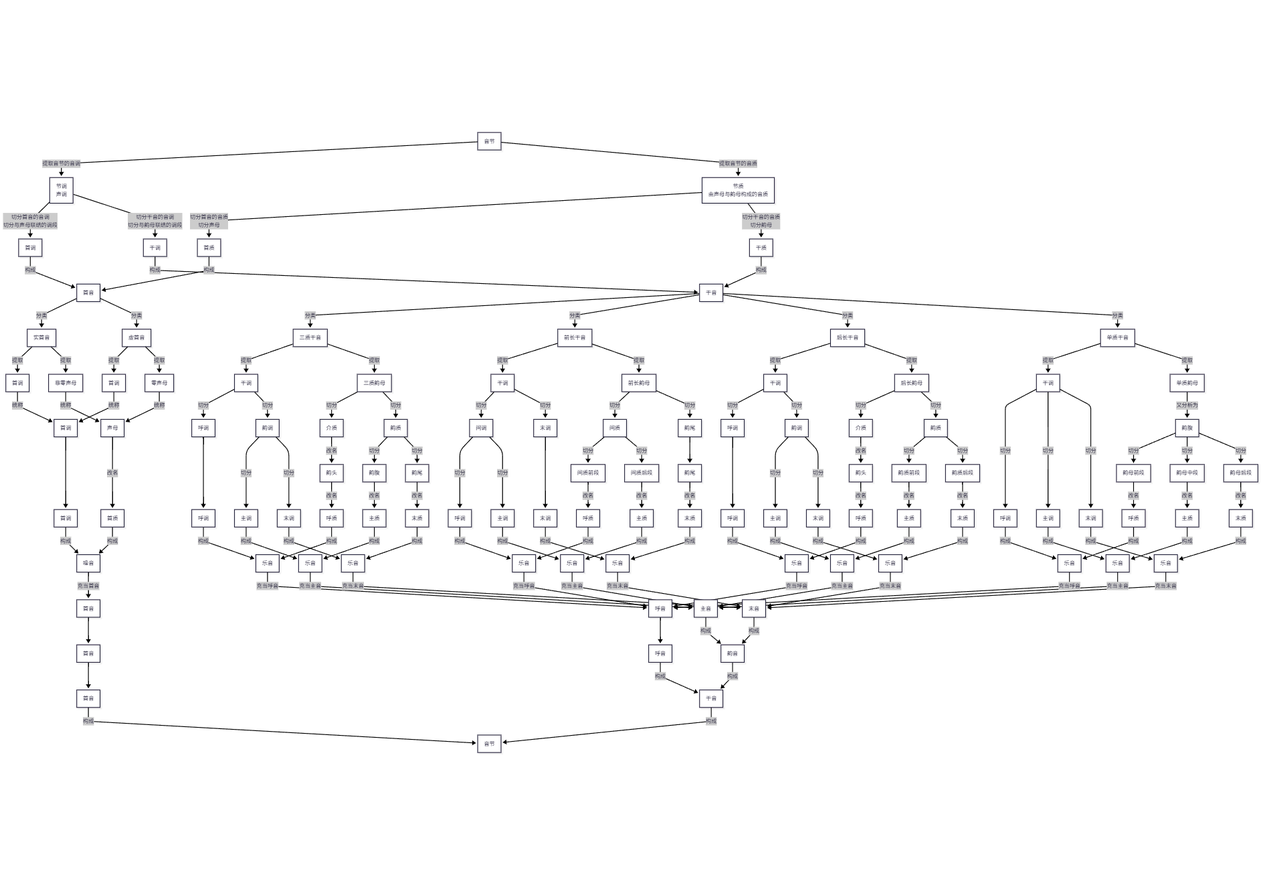
Earlier version of the Mermaid export YIME_Theory/flowchart/音元分析流程.png (tsaanghwang/Yime-prototype). Its source is kept beside it as YIME_Theory/flowchart/音元分析流程.mmd.
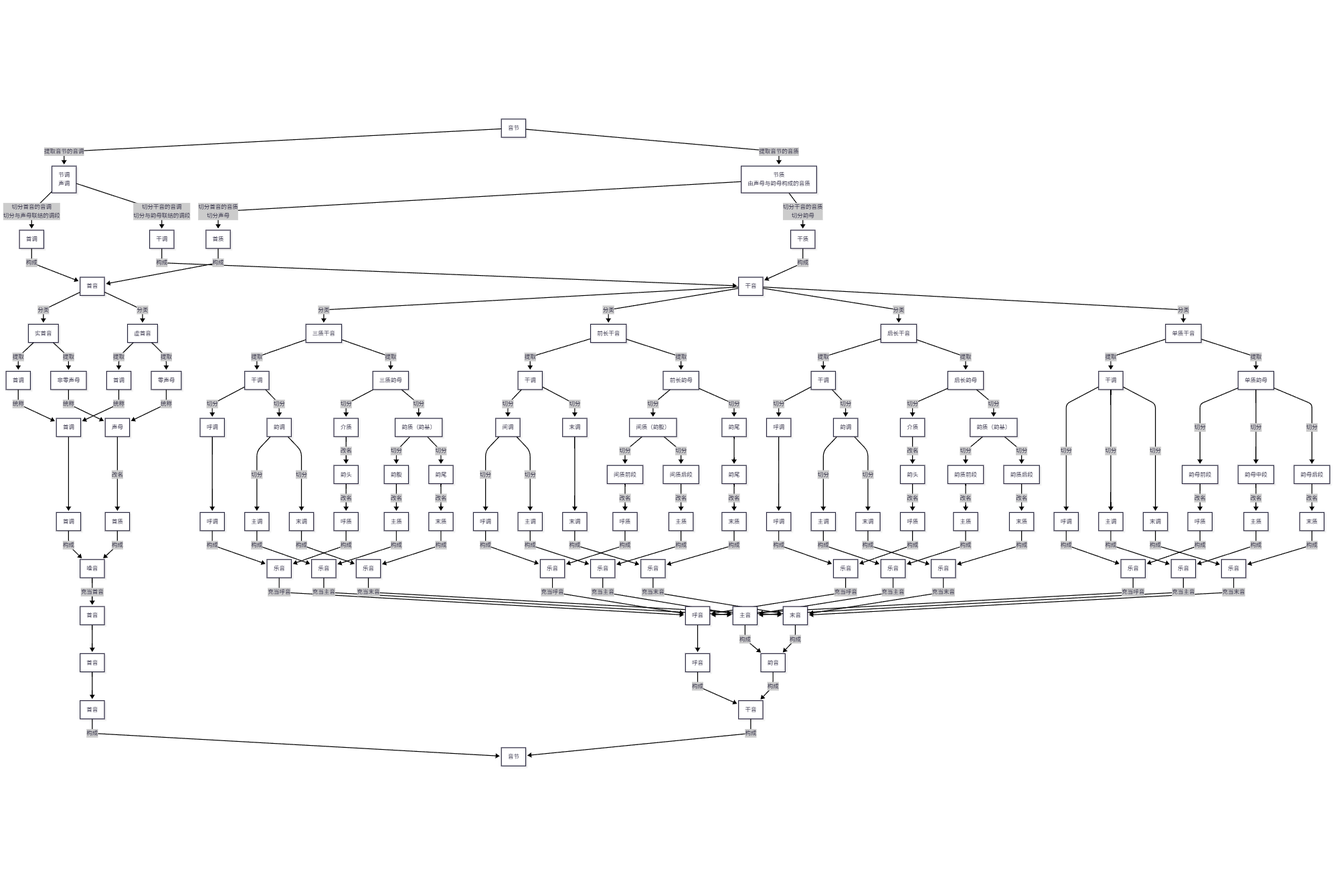
The same file after the commit.

Change to the diagram source:
```diff
@@ -38,10 +38,9 @@
         J1 ----> |切分|J3[主调]
         J1 ----> |切分|J4[末调]
         G4 --> |提取|J5[单质韵母]
-        J5 --> |又分析为|J6[韵腹]
-        J6 --> |切分|J61[韵母前段]
-        J6 --> |切分|J62[韵母中段]
-        J6 --> |切分|J63[韵母后段]
+        J5 ---> |切分|J61[韵母前段]
+        J5 ---> |切分|J62[韵母中段]
+        J5 ---> |切分|J63[韵母后段]
 
         G3 --> |提取|K1[干调]
         K1 --> |切分|K2[呼调]
@@ -51,7 +50,7 @@
         K2 ---> K33[呼调]
         G3 --> |提取|K4[后长韵母]
         K4 --> |切分|K5[介质]
-        K4 --> |切分|K6[韵质]
+        K4 --> |切分|K6[韵质（韵基）]
         K5 --> |改名|K51[韵头]
         K6 --> |切分|K61[韵质前段]
         K6 --> |切分|K62[韵质后段]
@@ -63,7 +62,7 @@
         L1 ---> |切分|L12[主调]
         L2 ---> L33[末调]
         G2 --> |提取|L4[前长韵母]
-        L4 --> |切分|L5[间质]
+        L4 --> |切分|L5[间质（韵腹）]
         L4 --> |切分|L6[韵尾]
         L5 --> |切分|L51[间质前段]
         L5 --> |切分|L52[间质后段]
@@ -77,7 +76,7 @@
         M2 ---> |切分|M22[末调]
         G1 --> |提取|M4[三质韵母]
         M4 --> |切分|M5[介质]
-        M4 --> |切分|M6[韵质]
+        M4 --> |切分|M6[韵质（韵基）]
         M5 --> |改名|M51[韵头]
         M6 --> |切分|M61[韵腹]
         M6 --> |切分|M62[韵尾]
```
